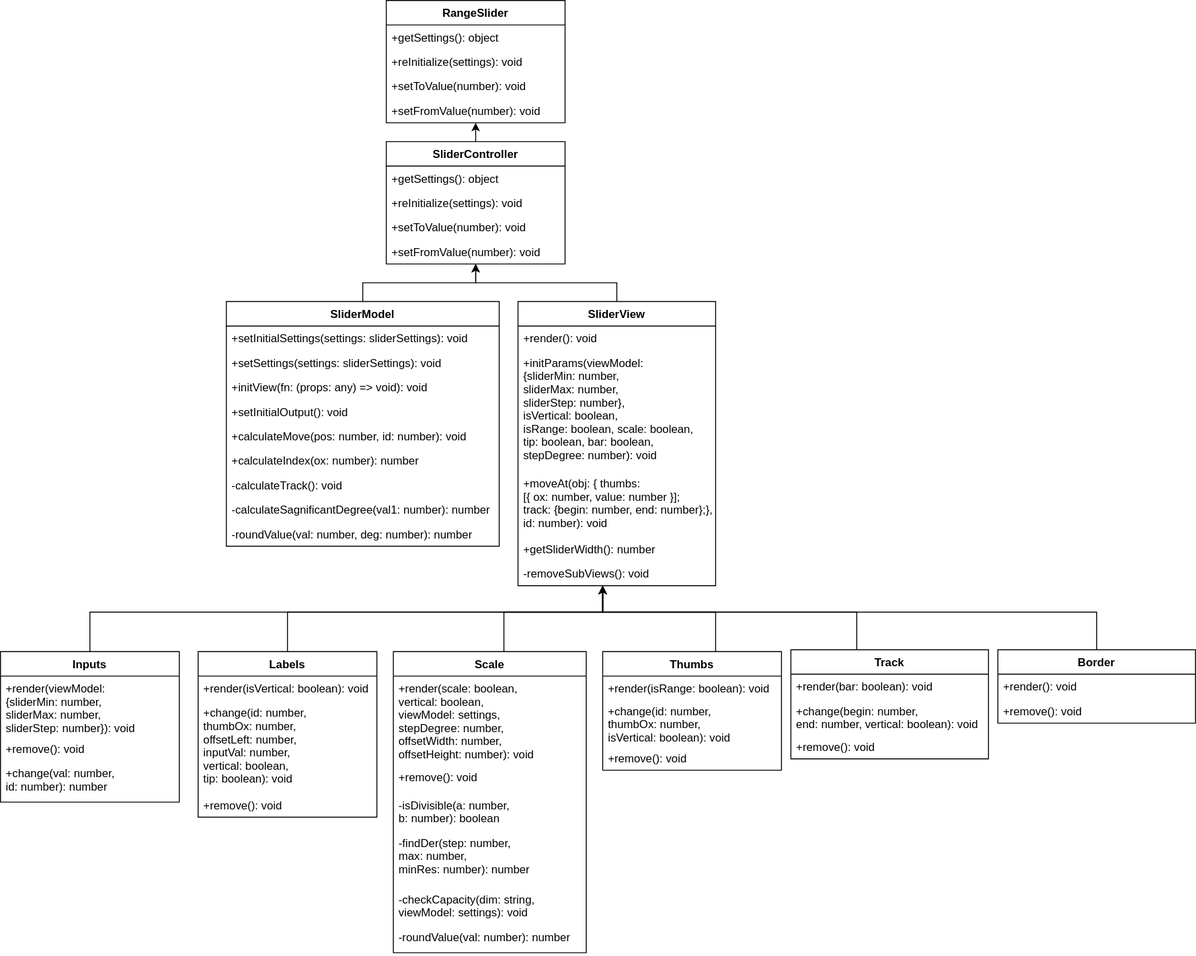
Earlier version of the draw.io export src/assets/slider-uml.drawio.svg (TimurPrh/range-slider). Source tidied: cells renumbered, new cells last; positions are measured from the earlier drawing's top-left corner, leaving out a move shared by most shapes.
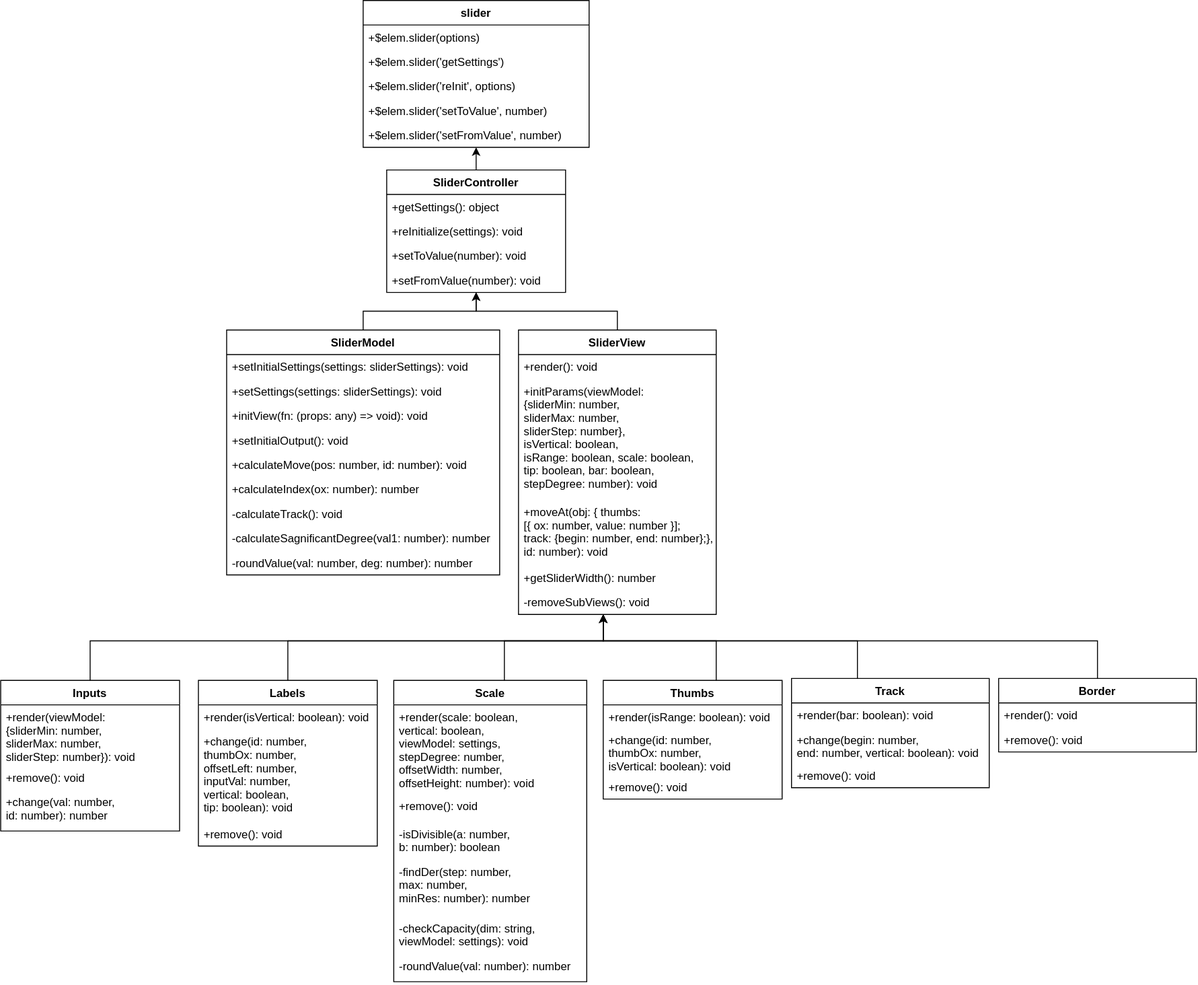
The same diagram one commit later.

What changed in the source:
```diff
@@ -2,20 +2,23 @@
   <root>
     <mxCell id="0" />
     <mxCell id="1" parent="0" />
-    <mxCell id="2" value="RangeSlider" style="swimlane;fontStyle=1;align=center;verticalAlign=top;horizontal=1;startSize=26;" parent="1" vertex="1">
-      <mxGeometry x="410" width="190" height="130" as="geometry" />
+    <mxCell id="2" value="slider" style="swimlane;fontStyle=1;align=center;verticalAlign=top;horizontal=1;startSize=26;" parent="1" vertex="1">
+      <mxGeometry x="385" y="-30" width="240" height="156" as="geometry" />
     </mxCell>
+    <mxCell id="63" value="+$elem.slider(options)" style="text;strokeColor=none;fillColor=none;align=left;verticalAlign=top;spacingLeft=4;spacingRight=4;overflow=hidden;" parent="2" vertex="1">
+      <mxGeometry y="26" width="240" height="26" as="geometry" />
+    </mxCell>
-    <mxCell id="3" value="+getSettings(): object" style="text;strokeColor=none;fillColor=none;align=left;verticalAlign=top;spacingLeft=4;spacingRight=4;overflow=hidden;" parent="2" vertex="1">
-      <mxGeometry y="26" width="190" height="26" as="geometry" />
+    <mxCell id="3" value="+$elem.slider('getSettings')" style="text;strokeColor=none;fillColor=none;align=left;verticalAlign=top;spacingLeft=4;spacingRight=4;overflow=hidden;" parent="2" vertex="1">
+      <mxGeometry y="52" width="240" height="26" as="geometry" />
     </mxCell>
-    <mxCell id="4" value="+reInitialize(settings): void" style="text;strokeColor=none;fillColor=none;align=left;verticalAlign=top;spacingLeft=4;spacingRight=4;overflow=hidden;" parent="2" vertex="1">
-      <mxGeometry y="52" width="190" height="26" as="geometry" />
+    <mxCell id="4" value="+$elem.slider('reInit', options)" style="text;strokeColor=none;fillColor=none;align=left;verticalAlign=top;spacingLeft=4;spacingRight=4;overflow=hidden;" parent="2" vertex="1">
+      <mxGeometry y="78" width="240" height="26" as="geometry" />
     </mxCell>
-    <mxCell id="5" value="+setToValue(number): void" style="text;strokeColor=none;fillColor=none;align=left;verticalAlign=top;spacingLeft=4;spacingRight=4;overflow=hidden;" parent="2" vertex="1">
-      <mxGeometry y="78" width="190" height="26" as="geometry" />
+    <mxCell id="5" value="+$elem.slider('setToValue', number)" style="text;strokeColor=none;fillColor=none;align=left;verticalAlign=top;spacingLeft=4;spacingRight=4;overflow=hidden;" parent="2" vertex="1">
+      <mxGeometry y="104" width="240" height="26" as="geometry" />
     </mxCell>
-    <mxCell id="6" value="+setFromValue(number): void" style="text;strokeColor=none;fillColor=none;align=left;verticalAlign=top;spacingLeft=4;spacingRight=4;overflow=hidden;" parent="2" vertex="1">
-      <mxGeometry y="104" width="190" height="26" as="geometry" />
+    <mxCell id="6" value="+$elem.slider('setFromValue', number)" style="text;strokeColor=none;fillColor=none;align=left;verticalAlign=top;spacingLeft=4;spacingRight=4;overflow=hidden;" parent="2" vertex="1">
+      <mxGeometry y="130" width="240" height="26" as="geometry" />
     </mxCell>
     <mxCell id="7" style="edgeStyle=orthogonalEdgeStyle;rounded=0;jettySize=auto;html=1;labelBorderColor=none;strokeColor=default;" parent="1" edge="1" source="15" target="10">
       <mxGeometry relative="1" as="geometry" />
```
